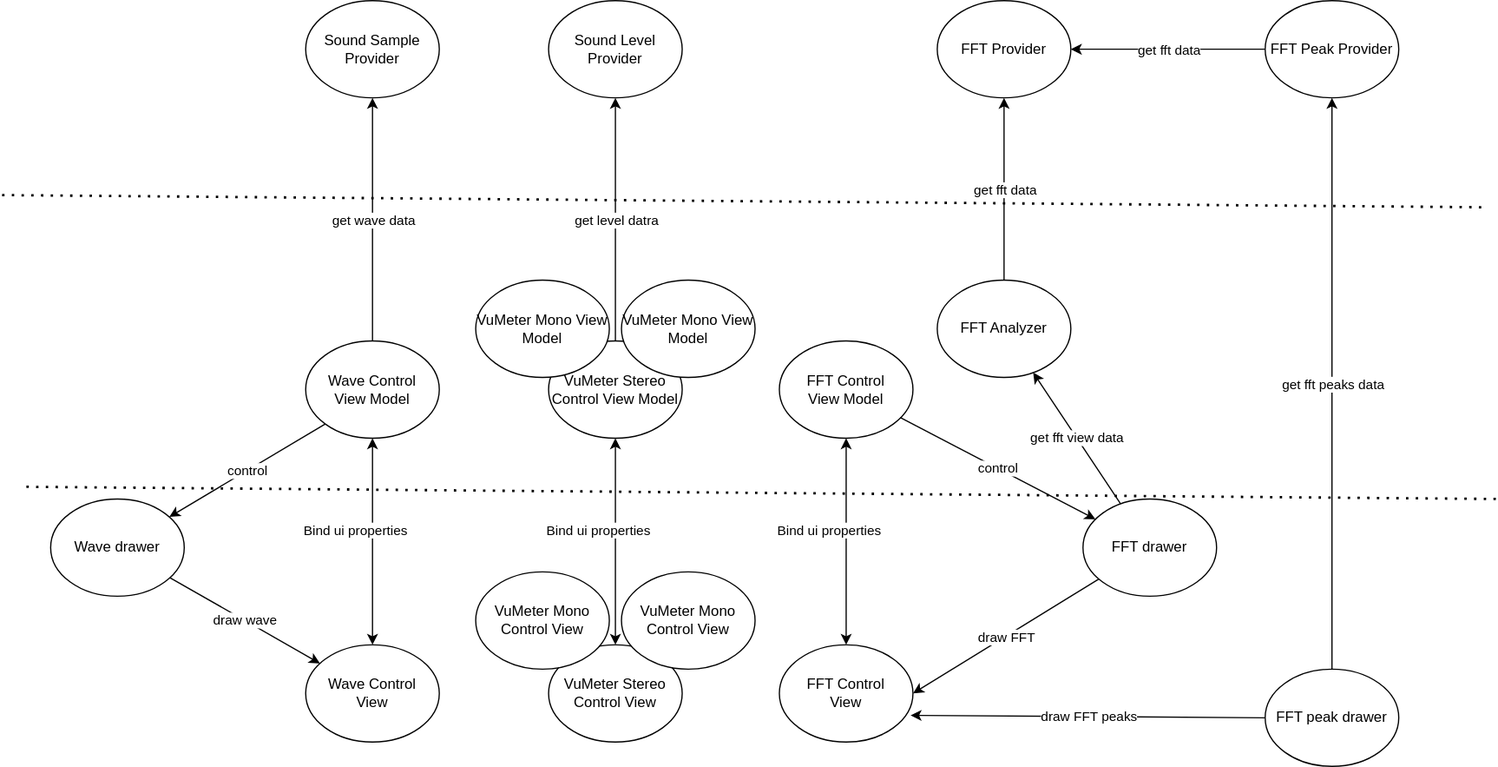
franck-gaspoz/WindowsAudioSessionSample keeps this draw.io diagram as Doc/Untitled Diagram.drawio.svg. Above is the earlier version. Source tidied: cells renumbered, new cells last; positions are measured from the earlier drawing's top-left corner, leaving out a move shared by most shapes.
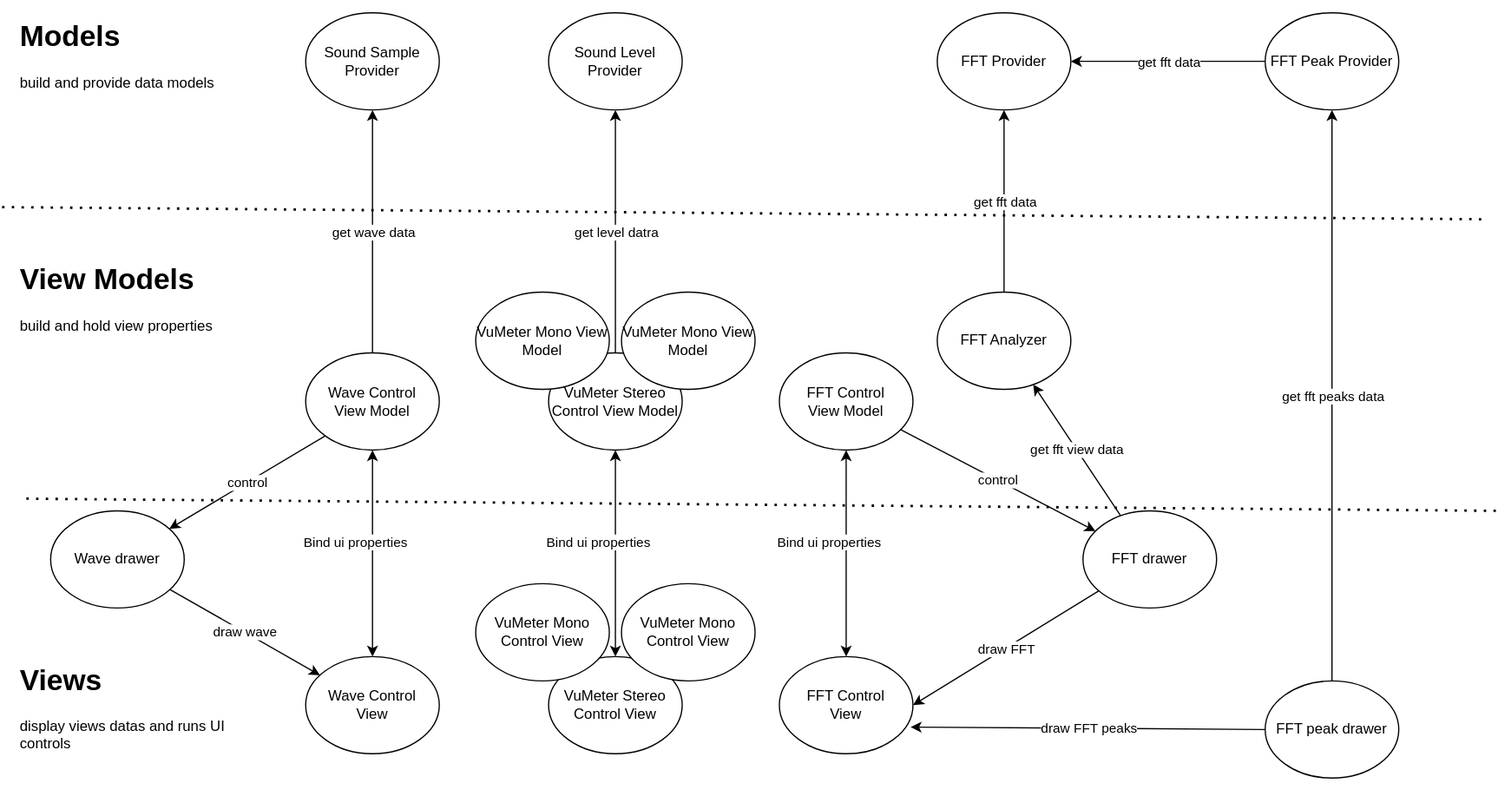
After the commit.

Change to the diagram source:
```diff
@@ -160,5 +160,14 @@
         <mxPoint x="1220" y="170" as="targetPoint" />
       </mxGeometry>
     </mxCell>
+    <mxCell id="50" value="&lt;h1&gt;View Models&lt;br&gt;&lt;/h1&gt;&lt;p&gt;build and hold view properties&lt;br&gt;&lt;/p&gt;" style="text;html=1;strokeColor=none;fillColor=none;spacing=5;spacingTop=-20;whiteSpace=wrap;overflow=hidden;rounded=0;" parent="1" vertex="1">
+      <mxGeometry x="10" y="200" width="190" height="120" as="geometry" />
+    </mxCell>
+    <mxCell id="51" value="&lt;h1&gt;Models&lt;br&gt;&lt;/h1&gt;&lt;p&gt;build and provide data models&lt;br&gt;&lt;/p&gt;" style="text;html=1;strokeColor=none;fillColor=none;spacing=5;spacingTop=-20;whiteSpace=wrap;overflow=hidden;rounded=0;" parent="1" vertex="1">
+      <mxGeometry x="10" width="190" height="120" as="geometry" />
+    </mxCell>
+    <mxCell id="52" value="&lt;h1&gt;Views&lt;br&gt;&lt;/h1&gt;&lt;p&gt;display views datas and runs UI controls&lt;/p&gt;" style="text;html=1;strokeColor=none;fillColor=none;spacing=5;spacingTop=-20;whiteSpace=wrap;overflow=hidden;rounded=0;" parent="1" vertex="1">
+      <mxGeometry x="10" y="530" width="190" height="120" as="geometry" />
+    </mxCell>
   </root>
 </mxGraphModel>
```
